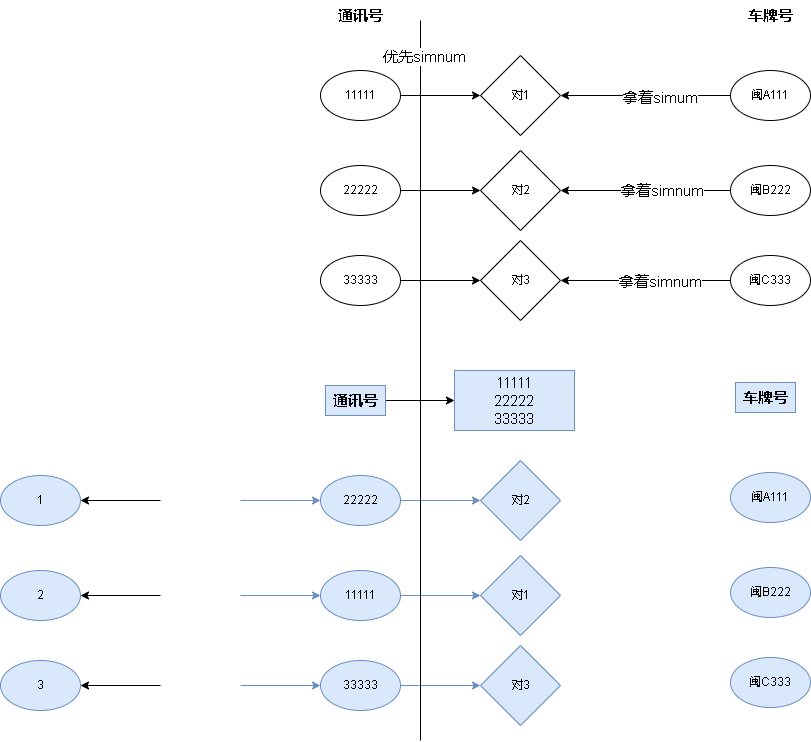
Earlier version of the draw.io export 车辆加载.drawio.png (xktder/draw). Source tidied: cells renumbered, new cells last; positions are measured from the earlier drawing's top-left corner, leaving out a move shared by most shapes.
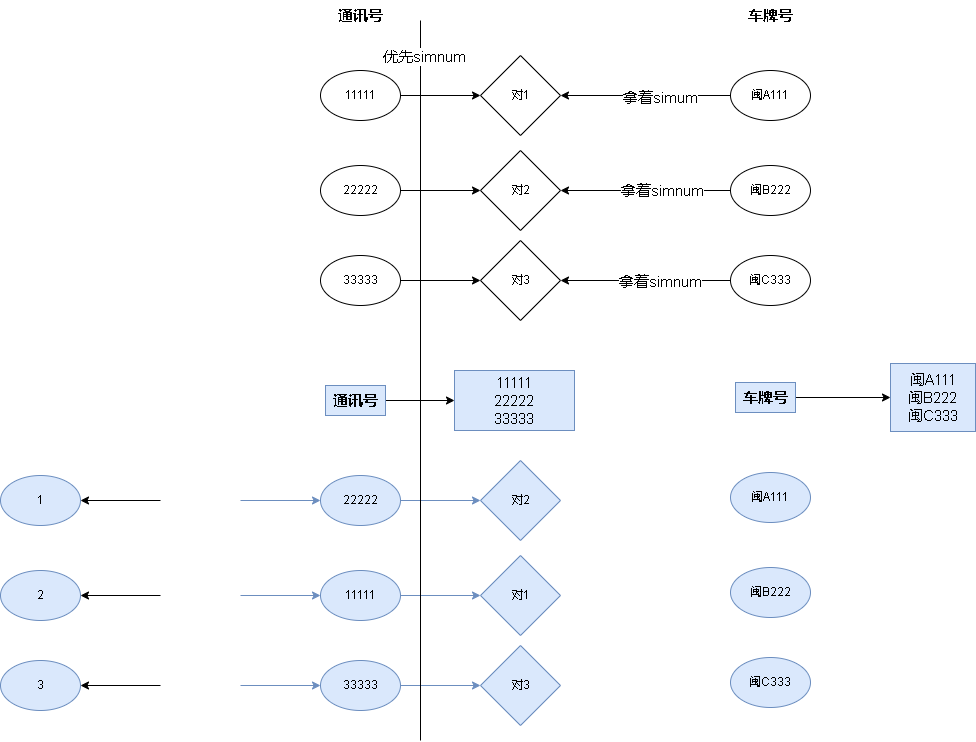
Above is the later version.

Commit message:
更新车辆加载.drawio.png

What changed in the source:
```diff
@@ -155,8 +155,14 @@
     <mxCell id="47" value="闽C333" style="ellipse;whiteSpace=wrap;html=1;fillColor=#dae8fc;strokeColor=#6c8ebf;" parent="1" vertex="1">
       <mxGeometry x="730" y="657" width="80" height="50" as="geometry" />
     </mxCell>
+    <mxCell id="49" style="edgeStyle=orthogonalEdgeStyle;rounded=0;jettySize=auto;html=1;fontSize=15;" parent="1" edge="1" source="48" target="50">
+      <mxGeometry relative="1" as="geometry" />
+    </mxCell>
     <mxCell id="48" value="车牌号" style="text;html=1;strokeColor=#6c8ebf;fillColor=#dae8fc;align=center;verticalAlign=middle;whiteSpace=wrap;rounded=0;fontStyle=1;fontSize=15;" parent="1" vertex="1">
       <mxGeometry x="735" y="382" width="60" height="30" as="geometry" />
     </mxCell>
+    <mxCell id="50" value="&lt;span style=&quot;font-weight: normal;&quot;&gt;闽A111&lt;br&gt;闽B222&lt;br&gt;闽C333&lt;/span&gt;" style="text;html=1;strokeColor=#6c8ebf;fillColor=#dae8fc;align=center;verticalAlign=middle;whiteSpace=wrap;rounded=0;fontStyle=1;fontSize=15;" parent="1" vertex="1">
+      <mxGeometry x="890" y="363" width="85" height="68" as="geometry" />
+    </mxCell>
   </root>
 </mxGraphModel>
```
